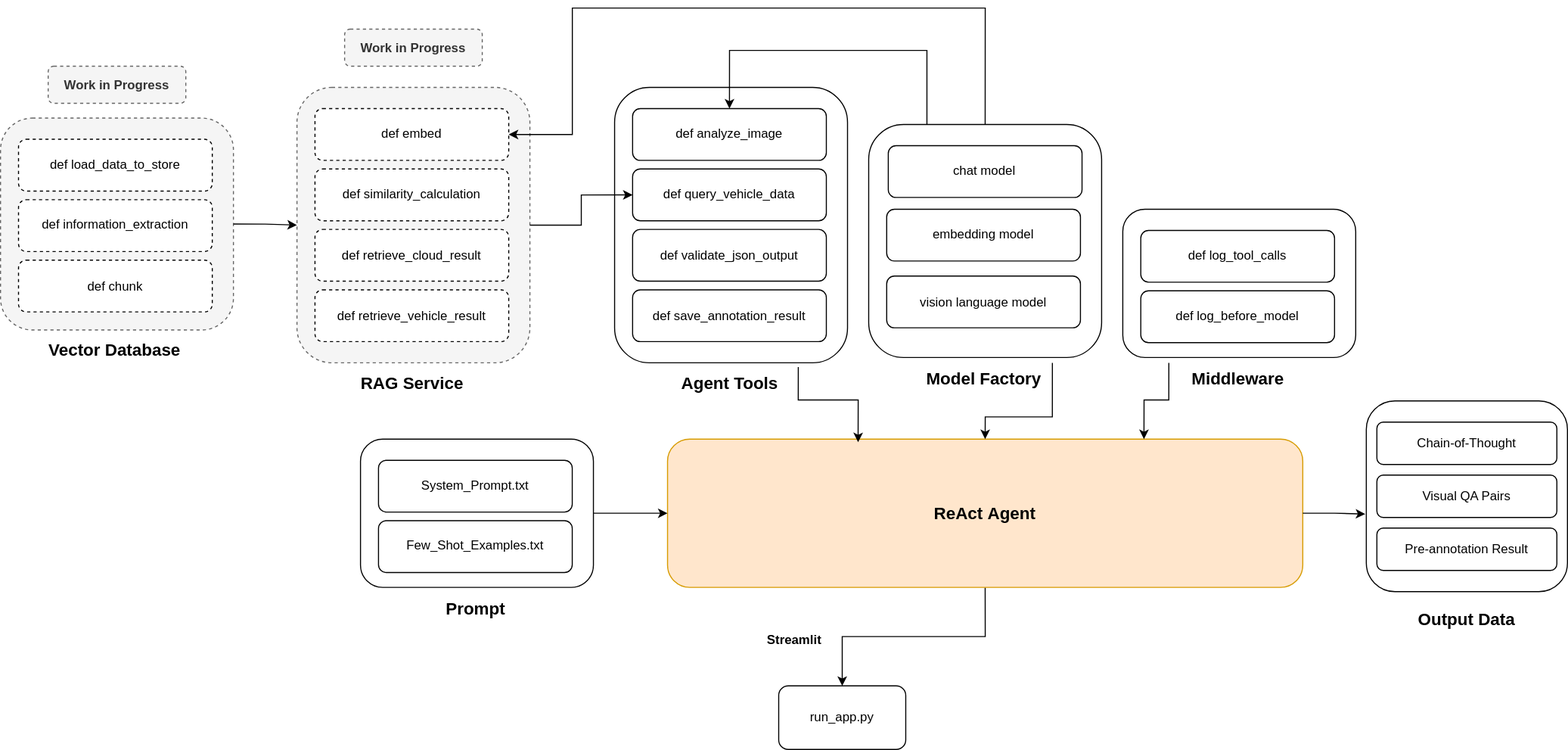
cy1355nz/Multimodal_Annotation_Agent keeps this draw.io diagram as Structure.drawio.svg. Above is the earlier version. Source tidied: cells renumbered, new cells last; positions are measured from the earlier drawing's top-left corner, leaving out a move shared by most shapes.
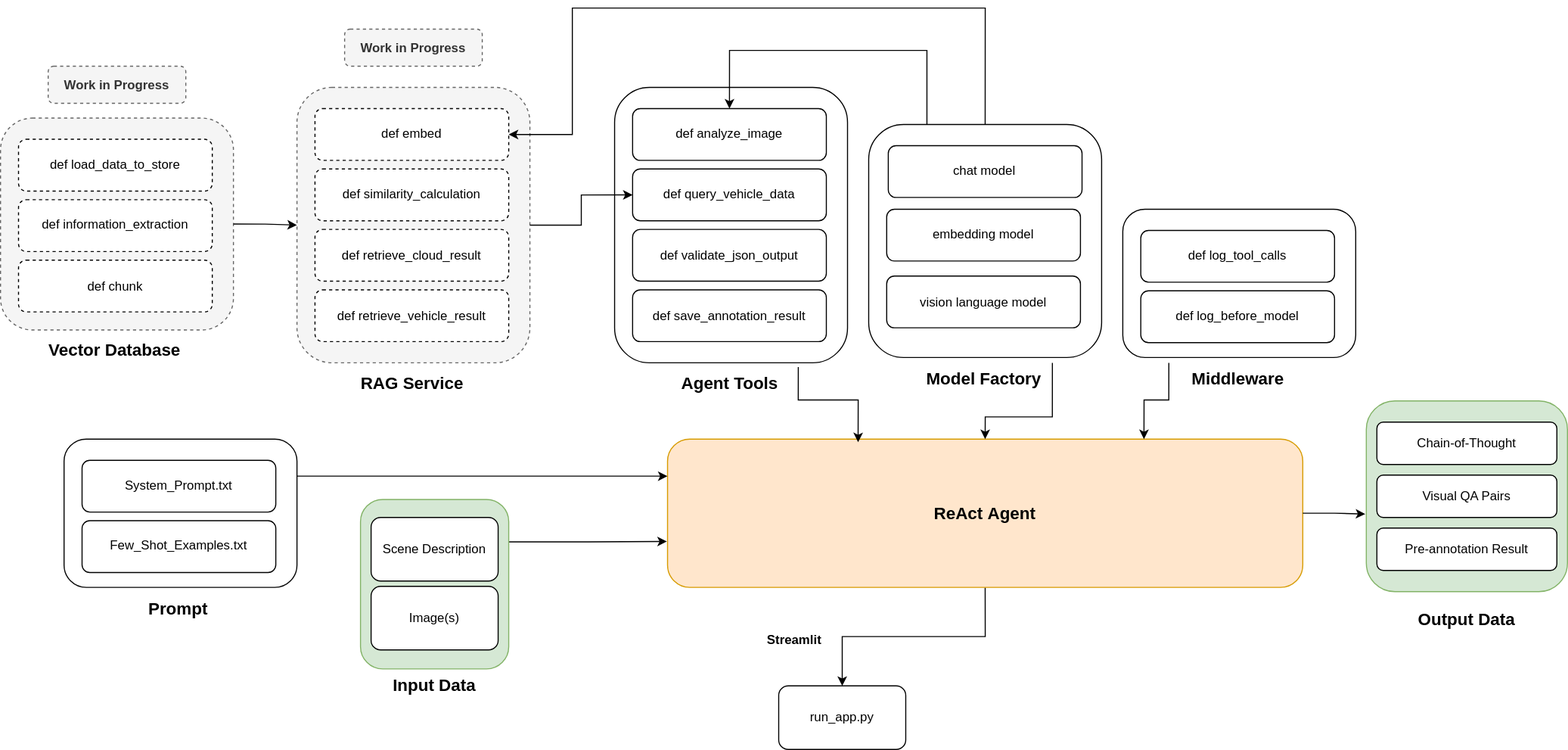
The same file after the commit.

The edit, as a diff of the source:
```diff
@@ -51,7 +51,7 @@
       <mxGeometry x="43.5" y="145" width="130" height="30" as="geometry" />
     </mxCell>
     <mxCell id="18" style="group;" parent="1" vertex="1">
-      <mxGeometry x="340" y="407" width="220" height="175" as="geometry" />
+      <mxGeometry x="60" y="407" width="220" height="175" as="geometry" />
     </mxCell>
     <mxCell id="19" style="rounded=1;whiteSpace=wrap;html=1;" parent="18" vertex="1">
       <mxGeometry width="220" height="140" as="geometry" />
@@ -92,7 +92,7 @@
     <mxCell id="31" style="group;" parent="1" vertex="1">
       <mxGeometry x="1290" y="371" width="190" height="210" as="geometry" />
     </mxCell>
-    <mxCell id="32" style="rounded=1;whiteSpace=wrap;html=1;" parent="31" vertex="1">
+    <mxCell id="32" style="rounded=1;whiteSpace=wrap;html=1;fillColor=#d5e8d4;strokeColor=#82b366;" parent="31" vertex="1">
       <mxGeometry width="190" height="180" as="geometry" />
     </mxCell>
     <mxCell id="33" style="group;" parent="31" vertex="1">
@@ -196,9 +196,6 @@
         </Array>
       </mxGeometry>
     </mxCell>
-    <mxCell id="58" style="edgeStyle=orthogonalEdgeStyle;rounded=0;jettySize=auto;html=1;exitX=1;exitY=0.5;exitDx=0;exitDy=0;entryX=0;entryY=0.5;entryDx=0;entryDy=0;" parent="1" edge="1" source="19" target="3">
-      <mxGeometry relative="1" as="geometry" />
-    </mxCell>
     <mxCell id="59" style="edgeStyle=orthogonalEdgeStyle;rounded=0;jettySize=auto;html=1;exitX=1;exitY=0.5;exitDx=0;exitDy=0;entryX=-0.005;entryY=0.593;entryDx=0;entryDy=0;entryPerimeter=0;" parent="1" edge="1" source="3" target="32">
       <mxGeometry relative="1" as="geometry" />
     </mxCell>
@@ -208,5 +205,26 @@
     <mxCell id="61" value="Work in Progress" style="rounded=1;whiteSpace=wrap;html=1;dashed=1;fillColor=#f5f5f5;fontColor=#333333;strokeColor=#666666;fontStyle=1;" parent="1" vertex="1">
       <mxGeometry x="325" y="20" width="130" height="35" as="geometry" />
     </mxCell>
+    <mxCell id="58" style="edgeStyle=orthogonalEdgeStyle;rounded=0;jettySize=auto;html=1;exitX=1;exitY=0.25;exitDx=0;exitDy=0;entryX=0;entryY=0.25;entryDx=0;entryDy=0;" parent="1" edge="1" source="19" target="3">
+      <mxGeometry relative="1" as="geometry" />
+    </mxCell>
+    <mxCell id="62" style="edgeStyle=orthogonalEdgeStyle;rounded=0;jettySize=auto;html=1;exitX=1;exitY=0.25;exitDx=0;exitDy=0;entryX=-0.001;entryY=0.69;entryDx=0;entryDy=0;entryPerimeter=0;" parent="1" edge="1" source="64" target="3">
+      <mxGeometry relative="1" as="geometry" />
+    </mxCell>
+    <mxCell id="63" style="group;" parent="1" vertex="1">
+      <mxGeometry x="340" y="464" width="140" height="190" as="geometry" />
+    </mxCell>
+    <mxCell id="64" style="rounded=1;whiteSpace=wrap;html=1;fillColor=#d5e8d4;strokeColor=#82b366;" parent="63" vertex="1">
+      <mxGeometry width="140" height="160" as="geometry" />
+    </mxCell>
+    <mxCell id="65" value="Scene Description" style="rounded=1;whiteSpace=wrap;html=1;" parent="63" vertex="1">
+      <mxGeometry x="10" y="17" width="120" height="60" as="geometry" />
+    </mxCell>
+    <mxCell id="66" value="Image(s)" style="rounded=1;whiteSpace=wrap;html=1;" parent="63" vertex="1">
+      <mxGeometry x="10" y="82" width="120" height="60" as="geometry" />
+    </mxCell>
+    <mxCell id="67" value="Input Data" style="text;html=1;whiteSpace=wrap;strokeColor=none;fillColor=none;align=center;verticalAlign=middle;rounded=0;fontStyle=1;fontSize=16;" parent="63" vertex="1">
+      <mxGeometry x="5" y="160" width="130" height="30" as="geometry" />
+    </mxCell>
   </root>
 </mxGraphModel>
```
